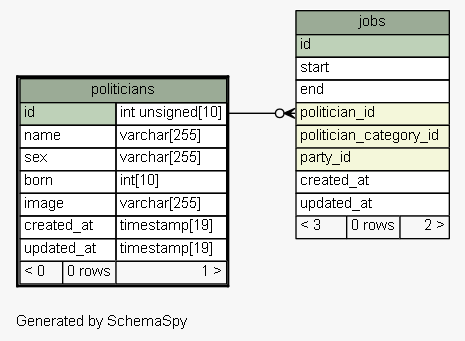
Above: docs/diagrams/politicians.1degree.png in g0v/poli-radar-api (Graphviz), before the change. Its source is kept beside it as docs/diagrams/politicians.1degree.dot.
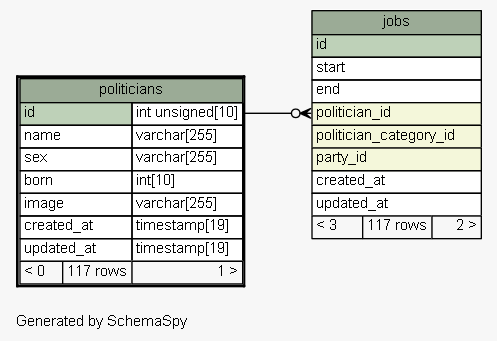
After the commit.

Change to the diagram source:
```diff
@@ -30,7 +30,7 @@
       <TR><TD PORT="party_id" COLSPAN="3" BGCOLOR="#f4f7da" ALIGN="LEFT">party_id</TD></TR>
       <TR><TD PORT="created_at" COLSPAN="3" ALIGN="LEFT">created_at</TD></TR>
       <TR><TD PORT="updated_at" COLSPAN="3" ALIGN="LEFT">updated_at</TD></TR>
-      <TR><TD ALIGN="LEFT" BGCOLOR="#f7f7f7">&lt; 3</TD><TD ALIGN="RIGHT" BGCOLOR="#f7f7f7">0 rows</TD><TD ALIGN="RIGHT" BGCOLOR="#f7f7f7">2 &gt;</TD></TR>
+      <TR><TD ALIGN="LEFT" BGCOLOR="#f7f7f7">&lt; 3</TD><TD ALIGN="RIGHT" BGCOLOR="#f7f7f7">117 rows</TD><TD ALIGN="RIGHT" BGCOLOR="#f7f7f7">2 &gt;</TD></TR>
     </TABLE>>
     URL="jobs.html"
     tooltip="jobs"
@@ -46,7 +46,7 @@
       <TR><TD PORT="image" COLSPAN="2" ALIGN="LEFT">image</TD><TD PORT="image.type" ALIGN="LEFT">varchar[255]</TD></TR>
       <TR><TD PORT="created_at" COLSPAN="2" ALIGN="LEFT">created_at</TD><TD PORT="created_at.type" ALIGN="LEFT">timestamp[19]</TD></TR>
       <TR><TD PORT="updated_at" COLSPAN="2" ALIGN="LEFT">updated_at</TD><TD PORT="updated_at.type" ALIGN="LEFT">timestamp[19]</TD></TR>
-      <TR><TD ALIGN="LEFT" BGCOLOR="#f7f7f7">&lt; 0</TD><TD ALIGN="RIGHT" BGCOLOR="#f7f7f7">0 rows</TD><TD ALIGN="RIGHT" BGCOLOR="#f7f7f7">1 &gt;</TD></TR>
+      <TR><TD ALIGN="LEFT" BGCOLOR="#f7f7f7">&lt; 0</TD><TD ALIGN="RIGHT" BGCOLOR="#f7f7f7">117 rows</TD><TD ALIGN="RIGHT" BGCOLOR="#f7f7f7">1 &gt;</TD></TR>
     </TABLE>>
     URL="politicians.html"
     tooltip="politicians"
```
